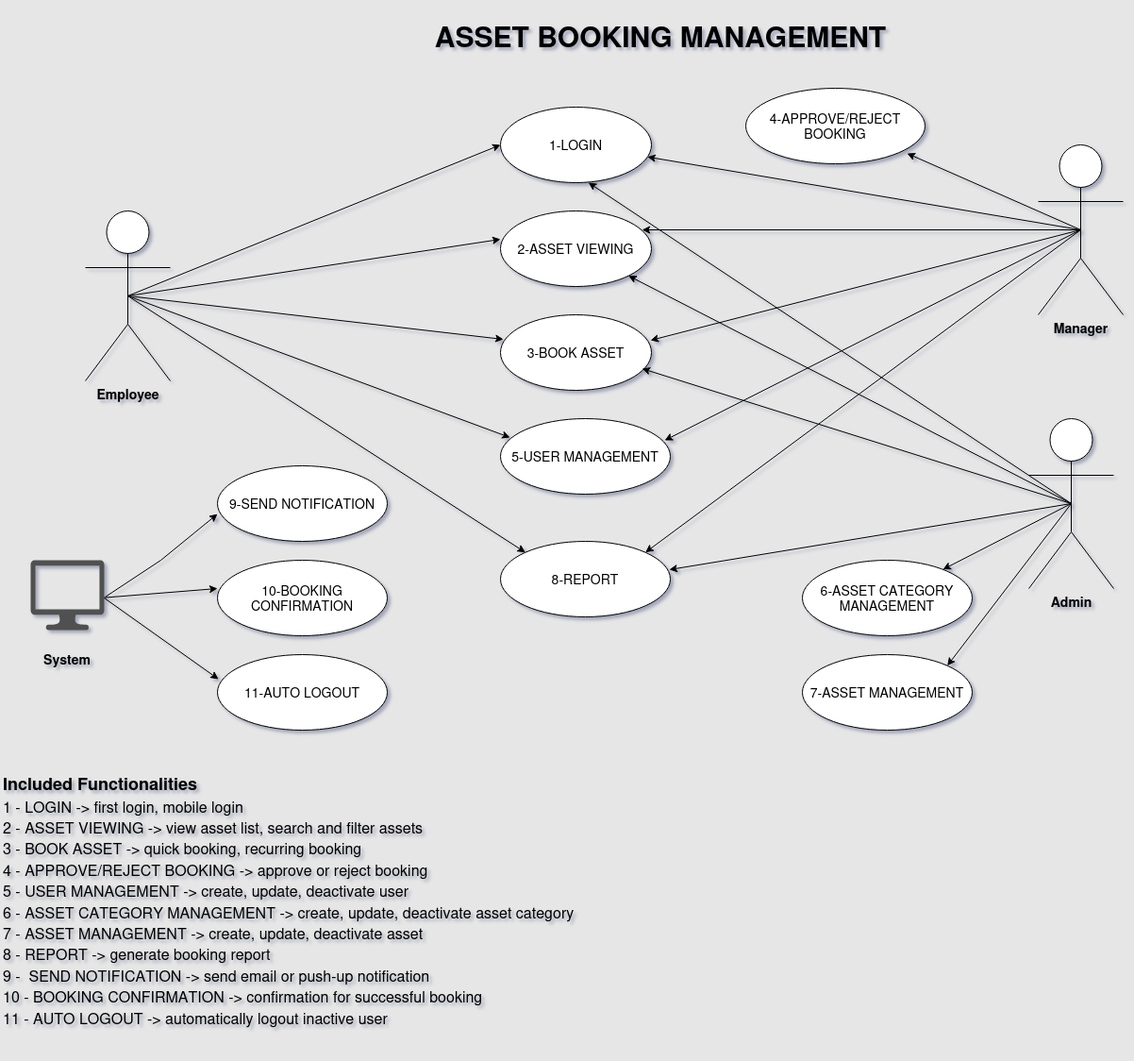
This is docs/use-cases/UseCaseDiagram.png from markojokic27/asset-booking-management, a draw.io export, as it was before one commit. Source tidied: cells renumbered, new cells last; positions are measured from the earlier drawing's top-left corner, leaving out a move shared by most shapes. The source it was exported from:
```xml
<mxGraphModel background="#E6E6E6" shadow="1">
  <root>
    <mxCell id="0" />
    <mxCell id="1" parent="0" />
    <mxCell id="2" value="&lt;b&gt;&lt;font style=&quot;font-size: 14px;&quot;&gt;Employee&lt;/font&gt;&lt;/b&gt;" style="shape=umlActor;verticalLabelPosition=bottom;verticalAlign=top;html=1;" parent="1" vertex="1">
      <mxGeometry x="90" y="200" width="90" height="180" as="geometry" />
    </mxCell>
    <mxCell id="3" value="&lt;b&gt;&lt;font style=&quot;font-size: 14px;&quot;&gt;Admin&lt;/font&gt;&lt;/b&gt;" style="shape=umlActor;verticalLabelPosition=bottom;verticalAlign=top;html=1;" parent="1" vertex="1">
      <mxGeometry x="1090" y="420" width="90" height="180" as="geometry" />
    </mxCell>
    <mxCell id="4" value="&lt;b&gt;&lt;font style=&quot;font-size: 14px;&quot;&gt;Manager&lt;/font&gt;&lt;/b&gt;" style="shape=umlActor;verticalLabelPosition=bottom;verticalAlign=top;html=1;" parent="1" vertex="1">
      <mxGeometry x="1100" y="130" width="90" height="180" as="geometry" />
    </mxCell>
    <mxCell id="5" value="&lt;font style=&quot;font-size: 14px;&quot;&gt;1-LOGIN&lt;/font&gt;" style="ellipse;whiteSpace=wrap;html=1;" parent="1" vertex="1">
      <mxGeometry x="530" y="90" width="160" height="80" as="geometry" />
    </mxCell>
    <mxCell id="6" style="endArrow=classic;html=1;rounded=0;exitX=0.5;exitY=0.5;exitDx=0;exitDy=0;exitPerimeter=0;" parent="1" edge="1" source="4" target="5">
      <mxGeometry relative="1" as="geometry" />
    </mxCell>
    <mxCell id="7" style="endArrow=classic;html=1;rounded=0;exitX=0.5;exitY=0.5;exitDx=0;exitDy=0;exitPerimeter=0;entryX=0.583;entryY=1;entryDx=0;entryDy=0;entryPerimeter=0;" parent="1" edge="1" source="3" target="5">
      <mxGeometry relative="1" as="geometry" />
    </mxCell>
    <mxCell id="8" value="&lt;font style=&quot;font-size: 14px;&quot;&gt;2-ASSET VIEWING&lt;/font&gt;" style="ellipse;whiteSpace=wrap;html=1;" parent="1" vertex="1">
      <mxGeometry x="530" y="200" width="160" height="80" as="geometry" />
    </mxCell>
    <mxCell id="9" style="endArrow=classic;html=1;rounded=0;exitX=0.5;exitY=0.5;exitDx=0;exitDy=0;exitPerimeter=0;entryX=0;entryY=0.375;entryDx=0;entryDy=0;entryPerimeter=0;" parent="1" edge="1" source="2" target="8">
      <mxGeometry relative="1" as="geometry" />
    </mxCell>
    <mxCell id="10" style="endArrow=classic;html=1;rounded=0;exitX=0.5;exitY=0.5;exitDx=0;exitDy=0;exitPerimeter=0;" parent="1" edge="1" source="3" target="8">
      <mxGeometry relative="1" as="geometry" />
    </mxCell>
    <mxCell id="11" style="endArrow=classic;html=1;rounded=0;entryX=0.938;entryY=0.25;entryDx=0;entryDy=0;entryPerimeter=0;exitX=0.5;exitY=0.5;exitDx=0;exitDy=0;exitPerimeter=0;" parent="1" edge="1" source="4" target="8">
      <mxGeometry relative="1" as="geometry" />
    </mxCell>
    <mxCell id="12" value="&lt;font style=&quot;font-size: 14px;&quot;&gt;3-BOOK ASSET&lt;/font&gt;" style="ellipse;whiteSpace=wrap;html=1;" parent="1" vertex="1">
      <mxGeometry x="530" y="310" width="160" height="80" as="geometry" />
    </mxCell>
    <mxCell id="13" style="endArrow=classic;html=1;rounded=0;exitX=0.5;exitY=0.5;exitDx=0;exitDy=0;exitPerimeter=0;entryX=0.019;entryY=0.325;entryDx=0;entryDy=0;entryPerimeter=0;" parent="1" edge="1" source="2" target="12">
      <mxGeometry relative="1" as="geometry" />
    </mxCell>
    <mxCell id="14" style="endArrow=classic;html=1;rounded=0;entryX=0.994;entryY=0.338;entryDx=0;entryDy=0;entryPerimeter=0;exitX=0.5;exitY=0.5;exitDx=0;exitDy=0;exitPerimeter=0;" parent="1" edge="1" source="4" target="12">
      <mxGeometry relative="1" as="geometry" />
    </mxCell>
    <mxCell id="15" style="endArrow=classic;html=1;rounded=0;entryX=0.938;entryY=0.713;entryDx=0;entryDy=0;entryPerimeter=0;exitX=0.5;exitY=0.5;exitDx=0;exitDy=0;exitPerimeter=0;" parent="1" edge="1" source="3" target="12">
      <mxGeometry relative="1" as="geometry" />
    </mxCell>
    <mxCell id="16" value="&lt;font style=&quot;font-size: 14px;&quot;&gt;4-APPROVE/REJECT BOOKING&lt;/font&gt;" style="ellipse;whiteSpace=wrap;html=1;" parent="1" vertex="1">
      <mxGeometry x="790" y="70" width="190" height="80" as="geometry" />
    </mxCell>
    <mxCell id="17" style="endArrow=classic;html=1;rounded=0;exitX=0.5;exitY=0.5;exitDx=0;exitDy=0;exitPerimeter=0;entryX=0.9;entryY=0.863;entryDx=0;entryDy=0;entryPerimeter=0;" parent="1" edge="1" source="4" target="16">
      <mxGeometry relative="1" as="geometry" />
    </mxCell>
    <mxCell id="18" style="endArrow=classic;html=1;rounded=0;exitX=0.5;exitY=0.5;exitDx=0;exitDy=0;exitPerimeter=0;entryX=0;entryY=0.5;entryDx=0;entryDy=0;" parent="1" edge="1" source="2" target="5">
      <mxGeometry relative="1" as="geometry" />
    </mxCell>
    <mxCell id="19" value="&lt;font style=&quot;font-size: 14px;&quot;&gt;5-USER MANAGEMENT&lt;/font&gt;" style="ellipse;whiteSpace=wrap;html=1;" parent="1" vertex="1">
      <mxGeometry x="530" y="420" width="180" height="80" as="geometry" />
    </mxCell>
    <mxCell id="20" style="endArrow=classic;html=1;rounded=0;exitX=0.5;exitY=0.5;exitDx=0;exitDy=0;exitPerimeter=0;entryX=0.056;entryY=0.25;entryDx=0;entryDy=0;entryPerimeter=0;" parent="1" edge="1" source="2" target="19">
      <mxGeometry relative="1" as="geometry" />
    </mxCell>
    <mxCell id="21" style="endArrow=classic;html=1;rounded=0;entryX=0.967;entryY=0.288;entryDx=0;entryDy=0;entryPerimeter=0;exitX=0.5;exitY=0.5;exitDx=0;exitDy=0;exitPerimeter=0;" parent="1" edge="1" source="4" target="19">
      <mxGeometry relative="1" as="geometry" />
    </mxCell>
    <mxCell id="22" value="&lt;font style=&quot;font-size: 14px;&quot;&gt;6-ASSET CATEGORY MANAGEMENT&lt;/font&gt;" style="ellipse;whiteSpace=wrap;html=1;" parent="1" vertex="1">
      <mxGeometry x="850" y="570" width="180" height="80" as="geometry" />
    </mxCell>
    <mxCell id="23" value="&lt;font style=&quot;font-size: 14px;&quot;&gt;7-ASSET MANAGEMENT&lt;/font&gt;" style="ellipse;whiteSpace=wrap;html=1;" parent="1" vertex="1">
      <mxGeometry x="850" y="670" width="180" height="80" as="geometry" />
    </mxCell>
    <mxCell id="24" style="endArrow=classic;html=1;rounded=0;entryX=1;entryY=0;entryDx=0;entryDy=0;exitX=0.5;exitY=0.5;exitDx=0;exitDy=0;exitPerimeter=0;" parent="1" edge="1" source="3" target="23">
      <mxGeometry relative="1" as="geometry" />
    </mxCell>
    <mxCell id="25" style="endArrow=classic;html=1;rounded=0;exitX=0.5;exitY=0.5;exitDx=0;exitDy=0;exitPerimeter=0;" parent="1" edge="1" source="3" target="22">
      <mxGeometry relative="1" as="geometry" />
    </mxCell>
    <mxCell id="26" value="&lt;font style=&quot;font-size: 14px;&quot;&gt;8-REPORT&lt;/font&gt;" style="ellipse;whiteSpace=wrap;html=1;" parent="1" vertex="1">
      <mxGeometry x="530" y="550" width="180" height="80" as="geometry" />
    </mxCell>
    <mxCell id="27" style="endArrow=classic;html=1;rounded=0;exitX=0.5;exitY=0.5;exitDx=0;exitDy=0;exitPerimeter=0;entryX=0;entryY=0;entryDx=0;entryDy=0;" parent="1" edge="1" source="2" target="26">
      <mxGeometry relative="1" as="geometry" />
    </mxCell>
    <mxCell id="28" style="endArrow=classic;html=1;rounded=0;entryX=1;entryY=0;entryDx=0;entryDy=0;exitX=0.5;exitY=0.5;exitDx=0;exitDy=0;exitPerimeter=0;" parent="1" edge="1" source="4" target="26">
      <mxGeometry relative="1" as="geometry" />
    </mxCell>
    <mxCell id="29" style="endArrow=classic;html=1;rounded=0;entryX=0.994;entryY=0.375;entryDx=0;entryDy=0;entryPerimeter=0;exitX=0.5;exitY=0.5;exitDx=0;exitDy=0;exitPerimeter=0;" parent="1" edge="1" source="3" target="26">
      <mxGeometry relative="1" as="geometry" />
    </mxCell>
    <mxCell id="30" value="&lt;font style=&quot;font-size: 14px;&quot;&gt;9-SEND NOTIFICATION&lt;/font&gt;" style="ellipse;whiteSpace=wrap;html=1;" parent="1" vertex="1">
      <mxGeometry x="230" y="470" width="180" height="80" as="geometry" />
    </mxCell>
    <mxCell id="31" value="&lt;font style=&quot;font-size: 14px;&quot;&gt;10-BOOKING CONFIRMATION&lt;/font&gt;" style="ellipse;whiteSpace=wrap;html=1;" parent="1" vertex="1">
      <mxGeometry x="230" y="570" width="180" height="80" as="geometry" />
    </mxCell>
    <mxCell id="32" value="&lt;font style=&quot;font-size: 14px;&quot;&gt;11-AUTO LOGOUT&lt;/font&gt;" style="ellipse;whiteSpace=wrap;html=1;" parent="1" vertex="1">
      <mxGeometry x="230" y="670" width="180" height="80" as="geometry" />
    </mxCell>
    <mxCell id="33" style="endArrow=classic;html=1;rounded=0;entryX=0;entryY=0.638;entryDx=0;entryDy=0;entryPerimeter=0;exitX=1.016;exitY=0.524;exitDx=0;exitDy=0;exitPerimeter=0;" parent="1" edge="1" source="38" target="30">
      <mxGeometry relative="1" as="geometry">
        <Array as="points">
          <mxPoint x="170" y="570" />
        </Array>
      </mxGeometry>
    </mxCell>
    <mxCell id="34" style="endArrow=classic;html=1;rounded=0;entryX=0;entryY=0.375;entryDx=0;entryDy=0;entryPerimeter=0;exitX=0.993;exitY=0.536;exitDx=0;exitDy=0;exitPerimeter=0;" parent="1" edge="1" source="38" target="31">
      <mxGeometry relative="1" as="geometry" />
    </mxCell>
    <mxCell id="35" style="endArrow=classic;html=1;rounded=0;entryX=0.006;entryY=0.325;entryDx=0;entryDy=0;entryPerimeter=0;exitX=1;exitY=0.541;exitDx=0;exitDy=0;exitPerimeter=0;" parent="1" edge="1" source="38" target="32">
      <mxGeometry relative="1" as="geometry" />
    </mxCell>
    <mxCell id="36" value="&lt;div style=&quot;line-height: 140%;&quot;&gt;&lt;b&gt;&lt;font style=&quot;line-height: 140%; font-size: 18px;&quot;&gt;Included Functionalities&lt;/font&gt;&lt;/b&gt;&lt;/div&gt;&lt;div style=&quot;line-height: 140%;&quot;&gt;&lt;font style=&quot;font-size: 16px; line-height: 140%;&quot;&gt;1 - LOGIN -&amp;gt; first login, mobile login&lt;br&gt;2 - ASSET VIEWING -&amp;gt; view asset list, search and filter assets&lt;br&gt;3 - BOOK ASSET -&amp;gt; quick booking, recurring booking&lt;br&gt;4 - APPROVE/REJECT BOOKING -&amp;gt; approve or reject booking&lt;br&gt;5 - USER MANAGEMENT -&amp;gt; create, update, deactivate user&lt;br&gt;6 - ASSET CATEGORY MANAGEMENT -&amp;gt; create, update, deactivate asset category&lt;br&gt;7 - ASSET MANAGEMENT -&amp;gt; create, update, deactivate asset&lt;br&gt;8 - REPORT -&amp;gt; generate booking report&lt;br&gt;9 -&amp;nbsp; SEND NOTIFICATION -&amp;gt; send email or push-up notification&lt;br&gt;10 - BOOKING CONFIRMATION -&amp;gt; confirmation for successful booking&lt;br&gt;11 - AUTO LOGOUT -&amp;gt; automatically logout inactive user&lt;/font&gt;&lt;/div&gt;" style="text;whiteSpace=wrap;strokeColor=none;fillColor=none;align=left;verticalAlign=middle;rounded=0;spacingBottom=1;spacing=3;html=1;" parent="1" vertex="1">
      <mxGeometry y="770" width="680" height="320" as="geometry" />
    </mxCell>
    <mxCell id="37" value="&lt;h1&gt;ASSET BOOKING MANAGEMENT&lt;/h1&gt;" style="text;html=1;whiteSpace=wrap;strokeColor=none;fillColor=none;align=center;verticalAlign=middle;rounded=0;fontSize=15;" parent="1" vertex="1">
      <mxGeometry x="440" width="520" height="30" as="geometry" />
    </mxCell>
    <mxCell id="38" style="sketch=0;shadow=0;dashed=0;html=1;strokeColor=none;fillColor=#505050;labelPosition=center;verticalLabelPosition=bottom;verticalAlign=top;outlineConnect=0;align=center;shape=mxgraph.office.devices.lcd_monitor;" parent="1" vertex="1">
      <mxGeometry x="32" y="570" width="78" height="74" as="geometry" />
    </mxCell>
    <mxCell id="39" value="&lt;b&gt;&lt;font style=&quot;font-size: 14px;&quot;&gt;System&lt;/font&gt;&lt;/b&gt;" style="text;html=1;whiteSpace=wrap;strokeColor=none;fillColor=none;align=center;verticalAlign=middle;rounded=0;" parent="1" vertex="1">
      <mxGeometry x="41" y="660" width="60" height="30" as="geometry" />
    </mxCell>
  </root>
</mxGraphModel>
```
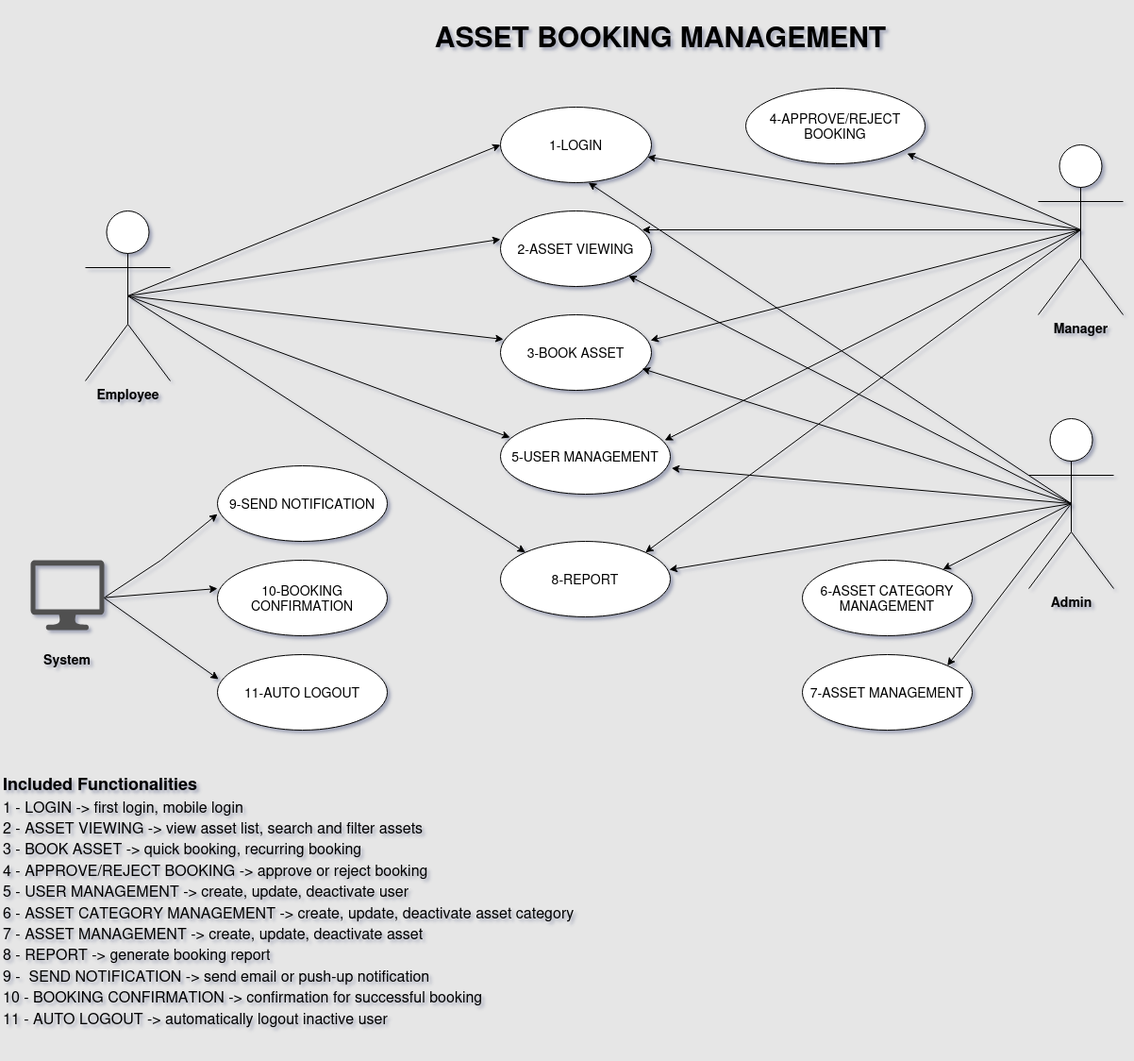
Above is the later version.

Commit message:
Use Case Diagram fix

What changed in the source:
```diff
@@ -120,5 +120,8 @@
     <mxCell id="39" value="&lt;b&gt;&lt;font style=&quot;font-size: 14px;&quot;&gt;System&lt;/font&gt;&lt;/b&gt;" style="text;html=1;whiteSpace=wrap;strokeColor=none;fillColor=none;align=center;verticalAlign=middle;rounded=0;" parent="1" vertex="1">
       <mxGeometry x="41" y="660" width="60" height="30" as="geometry" />
     </mxCell>
+    <mxCell id="40" style="endArrow=classic;html=1;rounded=0;exitX=0.5;exitY=0.5;exitDx=0;exitDy=0;exitPerimeter=0;entryX=1.007;entryY=0.657;entryDx=0;entryDy=0;entryPerimeter=0;" parent="1" edge="1" source="3" target="19">
+      <mxGeometry relative="1" as="geometry" />
+    </mxCell>
   </root>
 </mxGraphModel>
```
